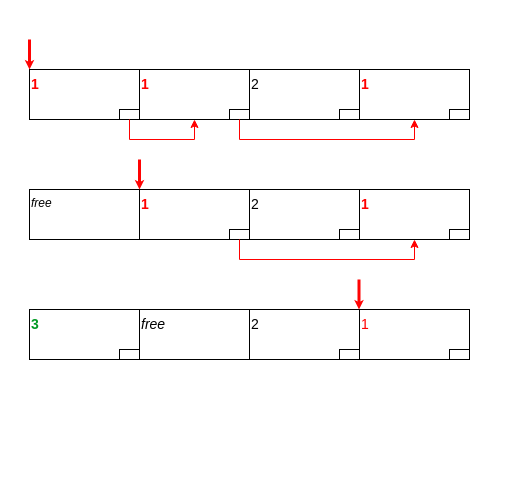
The draw.io diagram how-group-by-works/logical-tape-arch.drawio in ashenBlade/tantor-pg-meetups, before the edit. Source tidied: cells renumbered, new cells numbered last; positions are measured from the earlier drawing's top-left corner, leaving out a move shared by most shapes. Both pictures are drawn from the tidied source at 100%, with x=0, y=0 at pixel (29, 39).
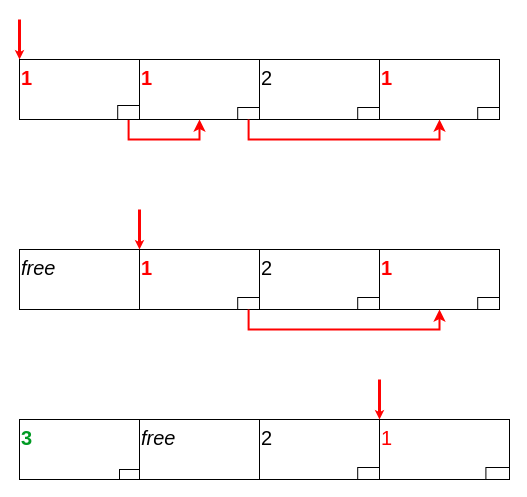
The same diagram, later.

Change to the diagram source:
```diff
@@
-    <mxCell id="2" style="group;fillColor=#fff2cc;strokeColor=#d6b656;labelBackgroundColor=#FF0000;fontStyle=1;" parent="1" vertex="1">
-      <mxGeometry y="30" width="110" height="50" as="geometry" />
-    </mxCell>
-    <mxCell id="3" value="&lt;font style=&quot;font-size: 14px; color: rgb(255, 0, 0);&quot;&gt;&lt;b&gt;1&lt;/b&gt;&lt;/font&gt;" style="rounded=0;whiteSpace=wrap;html=1;align=left;verticalAlign=top;" parent="2" vertex="1">
-      <mxGeometry width="110" height="50" as="geometry" />
-    </mxCell>
-    <mxCell id="4" style="rounded=0;whiteSpace=wrap;html=1;" parent="2" vertex="1">
-      <mxGeometry x="90" y="40" width="20" height="10" as="geometry" />
-    </mxCell>
-    <mxCell id="5" style="group;fillColor=#f8cecc;strokeColor=#b85450;labelBackgroundColor=#FF0000;fontStyle=1;" parent="1" vertex="1">
-      <mxGeometry x="110" y="30" width="110" height="50" as="geometry" />
+    <mxCell id="5" style="group;fillColor=#f8cecc;strokeColor=#b85450;labelBackgroundColor=#FF0000;fontStyle=1;fontSize=20;" parent="1" vertex="1">
+      <mxGeometry x="110" y="20" width="120" height="60" as="geometry" />
     </mxCell>
-    <mxCell id="6" value="&lt;font style=&quot;font-size: 14px; color: rgb(255, 0, 0);&quot;&gt;&lt;b&gt;1&lt;/b&gt;&lt;/font&gt;" style="rounded=0;whiteSpace=wrap;html=1;align=left;verticalAlign=top;" parent="5" vertex="1">
-      <mxGeometry width="110" height="50" as="geometry" />
+    <mxCell id="6" value="&lt;font style=&quot;color: rgb(255, 0, 0);&quot;&gt;&lt;b&gt;1&lt;/b&gt;&lt;/font&gt;" style="rounded=0;whiteSpace=wrap;html=1;align=left;verticalAlign=top;fontSize=20;" parent="5" vertex="1">
+      <mxGeometry width="120" height="60" as="geometry" />
     </mxCell>
-    <mxCell id="7" style="rounded=0;whiteSpace=wrap;html=1;" parent="5" vertex="1">
-      <mxGeometry x="90" y="40" width="20" height="10" as="geometry" />
+    <mxCell id="7" style="rounded=0;whiteSpace=wrap;html=1;fontSize=20;" parent="5" vertex="1">
+      <mxGeometry x="98.2" y="48" width="21.8" height="12" as="geometry" />
     </mxCell>
-    <mxCell id="8" style="group;" parent="1" vertex="1">
-      <mxGeometry x="220" y="30" width="110" height="50" as="geometry" />
+    <mxCell id="8" style="group;fontSize=20;" parent="1" vertex="1">
+      <mxGeometry x="230" y="20" width="120" height="60" as="geometry" />
     </mxCell>
-    <mxCell id="9" value="&lt;span style=&quot;font-size: 14px;&quot;&gt;2&lt;/span&gt;" style="rounded=0;whiteSpace=wrap;html=1;align=left;verticalAlign=top;" parent="8" vertex="1">
-      <mxGeometry width="110" height="50" as="geometry" />
+    <mxCell id="9" value="&lt;span&gt;2&lt;/span&gt;" style="rounded=0;whiteSpace=wrap;html=1;align=left;verticalAlign=top;fontSize=20;" parent="8" vertex="1">
+      <mxGeometry width="120" height="60" as="geometry" />
     </mxCell>
-    <mxCell id="10" style="rounded=0;whiteSpace=wrap;html=1;" parent="8" vertex="1">
-      <mxGeometry x="90" y="40" width="20" height="10" as="geometry" />
+    <mxCell id="10" style="rounded=0;whiteSpace=wrap;html=1;fontSize=20;" parent="8" vertex="1">
+      <mxGeometry x="98.2" y="48" width="21.8" height="12" as="geometry" />
     </mxCell>
-    <mxCell id="11" style="group;fillColor=none;strokeColor=#b85450;labelBackgroundColor=default;labelBorderColor=none;fontStyle=1;" parent="1" vertex="1">
-      <mxGeometry x="330" y="30" width="110" height="50" as="geometry" />
+    <mxCell id="11" style="group;fillColor=none;strokeColor=#b85450;labelBackgroundColor=default;labelBorderColor=none;fontStyle=1;fontSize=20;" parent="1" vertex="1">
+      <mxGeometry x="350" y="20" width="120" height="60" as="geometry" />
     </mxCell>
-    <mxCell id="12" value="&lt;font style=&quot;font-size: 14px; color: rgb(255, 0, 0);&quot;&gt;&lt;b&gt;1&lt;/b&gt;&lt;/font&gt;" style="rounded=0;whiteSpace=wrap;html=1;align=left;verticalAlign=top;" parent="11" vertex="1">
-      <mxGeometry width="110" height="50" as="geometry" />
+    <mxCell id="12" value="&lt;font style=&quot;color: rgb(255, 0, 0);&quot;&gt;&lt;b&gt;1&lt;/b&gt;&lt;/font&gt;" style="rounded=0;whiteSpace=wrap;html=1;align=left;verticalAlign=top;fontSize=20;" parent="11" vertex="1">
+      <mxGeometry width="120" height="60" as="geometry" />
     </mxCell>
-    <mxCell id="13" style="rounded=0;whiteSpace=wrap;html=1;" parent="11" vertex="1">
-      <mxGeometry x="90" y="40" width="20" height="10" as="geometry" />
+    <mxCell id="13" style="rounded=0;whiteSpace=wrap;html=1;fontSize=20;" parent="11" vertex="1">
+      <mxGeometry x="98.2" y="48" width="21.8" height="12" as="geometry" />
     </mxCell>
-    <mxCell id="14" style="edgeStyle=orthogonalEdgeStyle;rounded=0;jettySize=auto;html=1;entryX=0.5;entryY=1;entryDx=0;entryDy=0;strokeColor=#FF0000;" parent="1" edge="1" source="4" target="6">
+    <mxCell id="14" style="edgeStyle=orthogonalEdgeStyle;rounded=0;jettySize=auto;html=1;entryX=0.5;entryY=1;entryDx=0;entryDy=0;strokeColor=#FF0000;fontSize=20;strokeWidth=2;" parent="1" edge="1" source="4" target="6">
       <mxGeometry relative="1" as="geometry">
         <Array as="points">
-          <mxPoint x="100" y="100" />
-          <mxPoint x="165" y="100" />
+          <mxPoint x="99" y="100" />
+          <mxPoint x="170" y="100" />
         </Array>
       </mxGeometry>
     </mxCell>
-    <mxCell id="15" style="edgeStyle=orthogonalEdgeStyle;rounded=0;jettySize=auto;html=1;exitX=0.5;exitY=1;exitDx=0;exitDy=0;entryX=0.5;entryY=1;entryDx=0;entryDy=0;strokeColor=#FF0000;" parent="1" edge="1" source="7" target="12">
+    <mxCell id="15" style="edgeStyle=orthogonalEdgeStyle;rounded=0;jettySize=auto;html=1;exitX=0.5;exitY=1;exitDx=0;exitDy=0;entryX=0.5;entryY=1;entryDx=0;entryDy=0;strokeColor=#FF0000;fontSize=20;strokeWidth=2;" parent="1" edge="1" source="7" target="12">
       <mxGeometry relative="1" as="geometry" />
     </mxCell>
-    <mxCell id="16" style="group;" parent="1" vertex="1">
-      <mxGeometry y="150" width="110" height="50" as="geometry" />
+    <mxCell id="16" style="group;fontSize=20;" parent="1" vertex="1">
+      <mxGeometry x="-10" y="210" width="120" height="60" as="geometry" />
     </mxCell>
-    <mxCell id="17" value="&lt;i&gt;free&lt;/i&gt;" style="rounded=0;whiteSpace=wrap;html=1;align=left;verticalAlign=top;" parent="16" vertex="1">
-      <mxGeometry width="110" height="50" as="geometry" />
+    <mxCell id="17" value="&lt;i&gt;free&lt;/i&gt;" style="rounded=0;whiteSpace=wrap;html=1;align=left;verticalAlign=top;fontSize=20;" parent="16" vertex="1">
+      <mxGeometry width="120" height="60" as="geometry" />
     </mxCell>
-    <mxCell id="18" style="group;" parent="1" vertex="1">
-      <mxGeometry x="110" y="150" width="110" height="50" as="geometry" />
+    <mxCell id="18" style="group;fontSize=20;" parent="1" vertex="1">
+      <mxGeometry x="110" y="210" width="120" height="60" as="geometry" />
     </mxCell>
-    <mxCell id="19" value="&lt;font style=&quot;font-size: 14px; color: rgb(255, 0, 0);&quot;&gt;&lt;b&gt;1&lt;/b&gt;&lt;/font&gt;" style="rounded=0;whiteSpace=wrap;html=1;align=left;verticalAlign=top;" parent="18" vertex="1">
-      <mxGeometry width="110" height="50" as="geometry" />
+    <mxCell id="19" value="&lt;font style=&quot;color: rgb(255, 0, 0);&quot;&gt;&lt;b&gt;1&lt;/b&gt;&lt;/font&gt;" style="rounded=0;whiteSpace=wrap;html=1;align=left;verticalAlign=top;fontSize=20;" parent="18" vertex="1">
+      <mxGeometry width="120" height="60" as="geometry" />
     </mxCell>
-    <mxCell id="20" style="rounded=0;whiteSpace=wrap;html=1;" parent="18" vertex="1">
-      <mxGeometry x="90" y="40" width="20" height="10" as="geometry" />
+    <mxCell id="20" style="rounded=0;whiteSpace=wrap;html=1;fontSize=20;" parent="18" vertex="1">
+      <mxGeometry x="98.2" y="48" width="21.8" height="12" as="geometry" />
     </mxCell>
-    <mxCell id="21" style="group;" parent="1" vertex="1">
-      <mxGeometry x="220" y="150" width="110" height="50" as="geometry" />
+    <mxCell id="21" style="group;fontSize=20;" parent="1" vertex="1">
+      <mxGeometry x="230" y="210" width="120" height="60" as="geometry" />
     </mxCell>
-    <mxCell id="22" value="&lt;span style=&quot;font-size: 14px;&quot;&gt;2&lt;/span&gt;" style="rounded=0;whiteSpace=wrap;html=1;align=left;verticalAlign=top;" parent="21" vertex="1">
-      <mxGeometry width="110" height="50" as="geometry" />
+    <mxCell id="22" value="&lt;span&gt;2&lt;/span&gt;" style="rounded=0;whiteSpace=wrap;html=1;align=left;verticalAlign=top;fontSize=20;" parent="21" vertex="1">
+      <mxGeometry width="120" height="60" as="geometry" />
     </mxCell>
-    <mxCell id="23" style="rounded=0;whiteSpace=wrap;html=1;" parent="21" vertex="1">
-      <mxGeometry x="90" y="40" width="20" height="10" as="geometry" />
+    <mxCell id="23" style="rounded=0;whiteSpace=wrap;html=1;fontSize=20;" parent="21" vertex="1">
+      <mxGeometry x="98.2" y="48" width="21.8" height="12" as="geometry" />
     </mxCell>
-    <mxCell id="24" style="group;" parent="1" vertex="1">
-      <mxGeometry x="330" y="150" width="110" height="50" as="geometry" />
+    <mxCell id="24" style="group;fontSize=20;" parent="1" vertex="1">
+      <mxGeometry x="350" y="210" width="120" height="60" as="geometry" />
     </mxCell>
-    <mxCell id="25" value="&lt;font style=&quot;font-size: 14px; color: rgb(255, 0, 0);&quot;&gt;&lt;b&gt;1&lt;/b&gt;&lt;/font&gt;" style="rounded=0;whiteSpace=wrap;html=1;align=left;verticalAlign=top;" parent="24" vertex="1">
-      <mxGeometry width="110" height="50" as="geometry" />
+    <mxCell id="25" value="&lt;font style=&quot;color: rgb(255, 0, 0);&quot;&gt;&lt;b&gt;1&lt;/b&gt;&lt;/font&gt;" style="rounded=0;whiteSpace=wrap;html=1;align=left;verticalAlign=top;fontSize=20;" parent="24" vertex="1">
+      <mxGeometry width="120" height="60" as="geometry" />
     </mxCell>
-    <mxCell id="26" style="rounded=0;whiteSpace=wrap;html=1;" parent="24" vertex="1">
-      <mxGeometry x="90" y="40" width="20" height="10" as="geometry" />
+    <mxCell id="26" style="rounded=0;whiteSpace=wrap;html=1;fontSize=20;" parent="24" vertex="1">
+      <mxGeometry x="98.2" y="48" width="21.8" height="12" as="geometry" />
     </mxCell>
-    <mxCell id="27" style="edgeStyle=orthogonalEdgeStyle;rounded=0;jettySize=auto;html=1;exitX=0.5;exitY=1;exitDx=0;exitDy=0;entryX=0.5;entryY=1;entryDx=0;entryDy=0;strokeColor=#FF0000;" parent="1" edge="1" source="20" target="25">
+    <mxCell id="27" style="edgeStyle=orthogonalEdgeStyle;rounded=0;jettySize=auto;html=1;exitX=0.5;exitY=1;exitDx=0;exitDy=0;entryX=0.5;entryY=1;entryDx=0;entryDy=0;strokeColor=#FF0000;fontSize=20;strokeWidth=2;" parent="1" edge="1" source="20" target="25">
       <mxGeometry relative="1" as="geometry" />
     </mxCell>
-    <mxCell id="28" style="group;" parent="1" vertex="1">
-      <mxGeometry x="110" y="270" width="110" height="50" as="geometry" />
+    <mxCell id="28" style="group;fontSize=20;" parent="1" vertex="1">
+      <mxGeometry x="110" y="380" width="120" height="60" as="geometry" />
     </mxCell>
-    <mxCell id="29" value="&lt;font style=&quot;font-size: 14px;&quot;&gt;&lt;i&gt;free&lt;/i&gt;&lt;/font&gt;" style="rounded=0;whiteSpace=wrap;html=1;align=left;verticalAlign=top;" parent="28" vertex="1">
-      <mxGeometry width="110" height="50" as="geometry" />
+    <mxCell id="29" value="&lt;font&gt;&lt;i&gt;free&lt;/i&gt;&lt;/font&gt;" style="rounded=0;whiteSpace=wrap;html=1;align=left;verticalAlign=top;fontSize=20;" parent="28" vertex="1">
+      <mxGeometry width="120" height="60" as="geometry" />
     </mxCell>
-    <mxCell id="30" style="group;" parent="1" vertex="1">
-      <mxGeometry x="220" y="270" width="110" height="50" as="geometry" />
+    <mxCell id="30" style="group;fontSize=20;" parent="1" vertex="1">
+      <mxGeometry x="230" y="380" width="120" height="60" as="geometry" />
     </mxCell>
-    <mxCell id="31" value="&lt;span style=&quot;font-size: 14px;&quot;&gt;2&lt;/span&gt;" style="rounded=0;whiteSpace=wrap;html=1;align=left;verticalAlign=top;" parent="30" vertex="1">
-      <mxGeometry width="110" height="50" as="geometry" />
+    <mxCell id="31" value="&lt;span&gt;2&lt;/span&gt;" style="rounded=0;whiteSpace=wrap;html=1;align=left;verticalAlign=top;fontSize=20;" parent="30" vertex="1">
+      <mxGeometry width="120" height="60" as="geometry" />
     </mxCell>
-    <mxCell id="32" style="rounded=0;whiteSpace=wrap;html=1;" parent="30" vertex="1">
-      <mxGeometry x="90" y="40" width="20" height="10" as="geometry" />
+    <mxCell id="32" style="rounded=0;whiteSpace=wrap;html=1;fontSize=20;" parent="30" vertex="1">
+      <mxGeometry x="98.2" y="48" width="21.8" height="12" as="geometry" />
     </mxCell>
-    <mxCell id="33" style="group;" parent="1" vertex="1">
-      <mxGeometry x="330" y="270" width="110" height="50" as="geometry" />
+    <mxCell id="33" style="group;fontSize=20;" parent="1" vertex="1">
+      <mxGeometry x="350" y="380" width="130" height="60" as="geometry" />
     </mxCell>
-    <mxCell id="34" value="&lt;font style=&quot;font-size: 14px; color: rgb(255, 0, 0);&quot;&gt;1&lt;/font&gt;" style="rounded=0;whiteSpace=wrap;html=1;align=left;verticalAlign=top;" parent="33" vertex="1">
-      <mxGeometry width="110" height="50" as="geometry" />
+    <mxCell id="34" value="&lt;font style=&quot;color: rgb(255, 0, 0);&quot;&gt;1&lt;/font&gt;" style="rounded=0;whiteSpace=wrap;html=1;align=left;verticalAlign=top;fontSize=20;" parent="33" vertex="1">
+      <mxGeometry width="130" height="60" as="geometry" />
     </mxCell>
-    <mxCell id="35" style="rounded=0;whiteSpace=wrap;html=1;" parent="33" vertex="1">
-      <mxGeometry x="90" y="40" width="20" height="10" as="geometry" />
+    <mxCell id="35" style="rounded=0;whiteSpace=wrap;html=1;fontSize=20;" parent="33" vertex="1">
+      <mxGeometry x="106.4" y="48" width="23.6" height="12" as="geometry" />
     </mxCell>
-    <mxCell id="36" style="endArrow=classic;html=1;rounded=0;strokeWidth=3;endSize=0;strokeColor=#FF0303;" parent="1" edge="1">
+    <mxCell id="36" style="endArrow=classic;html=1;rounded=0;strokeWidth=3;endSize=0;strokeColor=#FF0303;fontSize=20;" parent="1" edge="1">
       <mxGeometry relative="1" as="geometry">
-        <mxPoint as="sourcePoint" />
-        <mxPoint y="30" as="targetPoint" />
+        <mxPoint x="-10" y="-20" as="sourcePoint" />
+        <mxPoint x="-10" y="20" as="targetPoint" />
       </mxGeometry>
     </mxCell>
-    <mxCell id="37" style="endArrow=classic;html=1;rounded=0;strokeWidth=3;endSize=0;strokeColor=#FF0303;" parent="1" edge="1">
+    <mxCell id="37" style="endArrow=classic;html=1;rounded=0;strokeWidth=3;endSize=0;strokeColor=#FF0303;fontSize=20;" parent="1" edge="1">
       <mxGeometry relative="1" as="geometry">
-        <mxPoint x="110" y="120" as="sourcePoint" />
-        <mxPoint x="110" y="150" as="targetPoint" />
+        <mxPoint x="110" y="170" as="sourcePoint" />
+        <mxPoint x="110" y="210" as="targetPoint" />
       </mxGeometry>
     </mxCell>
-    <mxCell id="38" style="endArrow=classic;html=1;rounded=0;strokeWidth=3;endSize=0;strokeColor=#FF0303;" parent="1" edge="1">
+    <mxCell id="38" style="endArrow=classic;html=1;rounded=0;strokeWidth=3;endSize=0;strokeColor=#FF0303;fontSize=20;" parent="1" edge="1">
       <mxGeometry relative="1" as="geometry">
-        <mxPoint x="329.5" y="240" as="sourcePoint" />
-        <mxPoint x="329.5" y="270" as="targetPoint" />
+        <mxPoint x="350" y="340" as="sourcePoint" />
+        <mxPoint x="350" y="380" as="targetPoint" />
       </mxGeometry>
     </mxCell>
-    <mxCell id="39" style="group;" parent="1" vertex="1">
-      <mxGeometry y="270" width="110" height="50" as="geometry" />
+    <mxCell id="39" style="group;fontSize=20;" parent="1" vertex="1">
+      <mxGeometry x="-10" y="390" width="120" height="50" as="geometry" />
     </mxCell>
-    <mxCell id="40" value="&lt;span style=&quot;font-size: 14px;&quot;&gt;&lt;font style=&quot;color: rgb(0, 154, 35);&quot;&gt;&lt;b&gt;3&lt;/b&gt;&lt;/font&gt;&lt;/span&gt;" style="rounded=0;whiteSpace=wrap;html=1;align=left;verticalAlign=top;" parent="39" vertex="1">
-      <mxGeometry width="110" height="50" as="geometry" />
+    <mxCell id="40" value="&lt;span&gt;&lt;font style=&quot;color: rgb(0, 154, 35);&quot;&gt;&lt;b&gt;3&lt;/b&gt;&lt;/font&gt;&lt;/span&gt;" style="rounded=0;whiteSpace=wrap;html=1;align=left;verticalAlign=top;fontSize=20;" parent="39" vertex="1">
+      <mxGeometry y="-10" width="120" height="60" as="geometry" />
     </mxCell>
-    <mxCell id="41" style="rounded=0;whiteSpace=wrap;html=1;" parent="39" vertex="1">
-      <mxGeometry x="90" y="40" width="20" height="10" as="geometry" />
+    <mxCell id="41" style="rounded=0;whiteSpace=wrap;html=1;fontSize=20;" parent="39" vertex="1">
+      <mxGeometry x="100" y="40" width="20" height="10" as="geometry" />
     </mxCell>
+    <mxCell id="42" style="group;fontSize=20;" parent="1" vertex="1">
+      <mxGeometry x="-10" y="20" width="120" height="60" as="geometry" />
+    </mxCell>
+    <mxCell id="3" value="&lt;b style=&quot;color: rgb(255, 0, 0);&quot;&gt;1&lt;/b&gt;" style="rounded=0;whiteSpace=wrap;html=1;align=left;verticalAlign=top;fontSize=20;" parent="42" vertex="1">
+      <mxGeometry width="120" height="60" as="geometry" />
+    </mxCell>
+    <mxCell id="4" style="rounded=0;whiteSpace=wrap;html=1;fontSize=20;" parent="42" vertex="1">
+      <mxGeometry x="98.2" y="46" width="21.8" height="14" as="geometry" />
+    </mxCell>
```
